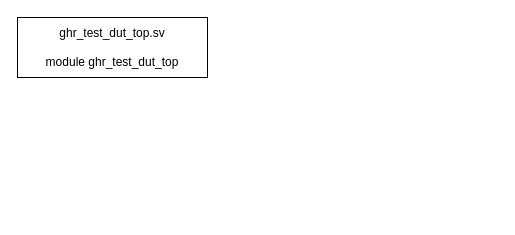
Before: Untitled Diagram.drawio in ghr12345/firsttest, a draw.io diagram. Source tidied: cells renumbered, new cells numbered last; positions are measured from the earlier drawing's top-left corner, leaving out a move shared by most shapes. Both pictures are drawn from the tidied source at 100%, with x=0, y=0 at pixel (17, 17).
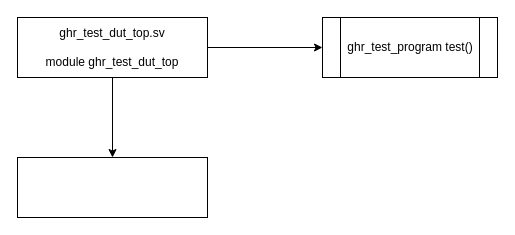
The same diagram, later.

Commit message:
验证平台架构.drawio

Diff of the diagram source:
```diff
@@
 <mxGraphModel>
   <root>
     <mxCell id="0" />
     <mxCell id="1" parent="0" />
+    <mxCell id="3" style="edgeStyle=orthogonalEdgeStyle;rounded=0;jettySize=auto;html=1;" parent="1" edge="1" source="2" target="5">
+      <mxGeometry relative="1" as="geometry" />
+    </mxCell>
+    <mxCell id="4" style="edgeStyle=orthogonalEdgeStyle;rounded=0;jettySize=auto;html=1;" parent="1" edge="1" source="2" target="6">
+      <mxGeometry relative="1" as="geometry" />
+    </mxCell>
     <mxCell id="2" value="ghr_test_dut_top.sv&lt;br&gt;&lt;br&gt;module&amp;nbsp;ghr_test_dut_top&lt;br&gt;" style="rounded=0;whiteSpace=wrap;html=1;" parent="1" vertex="1">
       <mxGeometry width="190" height="60" as="geometry" />
     </mxCell>
+    <mxCell id="5" style="rounded=0;whiteSpace=wrap;html=1;" parent="1" vertex="1">
+      <mxGeometry y="140" width="190" height="60" as="geometry" />
+    </mxCell>
+    <mxCell id="6" value="ghr_test_program test()" style="shape=process;whiteSpace=wrap;html=1;backgroundOutline=1;rounded=0;" parent="1" vertex="1">
+      <mxGeometry x="305" width="175" height="60" as="geometry" />
+    </mxCell>
   </root>
 </mxGraphModel>
```
